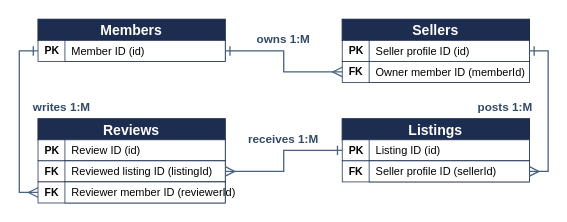
XionAce/cpe314-69323-capstone-team-01 keeps this draw.io diagram as docs/assets/Figure_1_Preliminary_ER_Sketch.drawio. Above is the earlier version. Source tidied: cells renumbered, new cells numbered last; positions are measured from the earlier drawing's top-left corner, leaving out a move shared by most shapes. Both pictures are drawn from the tidied source at 117%, with x=0, y=0 at pixel (19, 19).
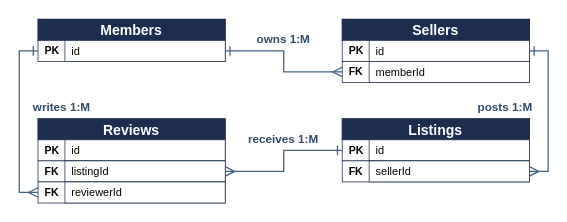
After the change.

Unchanged cells that the change refers to:
```xml
<mxCell id="4" value="PK" style="rounded=0;fillColor=#FFFFFF;strokeColor=#1D2D50;strokeWidth=0.65;align=left;spacingLeft=4;fontFamily=Calibri;fontStyle=1;fontSize=9;" parent="2" vertex="1">
  <mxGeometry y="18" width="160" height="18" as="geometry" />
</mxCell>
<mxCell id="8" value="PK" style="rounded=0;fillColor=#FFFFFF;strokeColor=#1D2D50;strokeWidth=0.65;align=left;spacingLeft=4;fontFamily=Calibri;fontStyle=1;fontSize=9;" parent="6" vertex="1">
  <mxGeometry y="18" width="160" height="18" as="geometry" />
</mxCell>
<mxCell id="10" value="FK" style="rounded=0;fillColor=#FFFFFF;strokeColor=#1D2D50;strokeWidth=0.65;align=left;spacingLeft=4;fontFamily=Calibri;fontStyle=1;fontSize=9;" parent="6" vertex="1">
  <mxGeometry y="36" width="160" height="18" as="geometry" />
</mxCell>
<mxCell id="14" value="PK" style="rounded=0;fillColor=#FFFFFF;strokeColor=#1D2D50;strokeWidth=0.65;align=left;spacingLeft=4;fontFamily=Calibri;fontStyle=1;fontSize=9;" parent="12" vertex="1">
  <mxGeometry y="18" width="160" height="18" as="geometry" />
</mxCell>
<mxCell id="16" value="FK" style="rounded=0;fillColor=#FFFFFF;strokeColor=#1D2D50;strokeWidth=0.65;align=left;spacingLeft=4;fontFamily=Calibri;fontStyle=1;fontSize=9;" parent="12" vertex="1">
  <mxGeometry y="36" width="160" height="18" as="geometry" />
</mxCell>
<mxCell id="18" value="FK" style="rounded=0;fillColor=#FFFFFF;strokeColor=#1D2D50;strokeWidth=0.65;align=left;spacingLeft=4;fontFamily=Calibri;fontStyle=1;fontSize=9;" parent="12" vertex="1">
  <mxGeometry y="54" width="160" height="18" as="geometry" />
</mxCell>
<mxCell id="22" value="PK" style="rounded=0;fillColor=#FFFFFF;strokeColor=#1D2D50;strokeWidth=0.65;align=left;spacingLeft=4;fontFamily=Calibri;fontStyle=1;fontSize=9;" parent="20" vertex="1">
  <mxGeometry y="18" width="160" height="18" as="geometry" />
</mxCell>
<mxCell id="24" value="FK" style="rounded=0;fillColor=#FFFFFF;strokeColor=#1D2D50;strokeWidth=0.65;align=left;spacingLeft=4;fontFamily=Calibri;fontStyle=1;fontSize=9;" parent="20" vertex="1">
  <mxGeometry y="36" width="160" height="18" as="geometry" />
</mxCell>
```

The edit, as a diff of the source:
```diff
@@
-    <mxCell id="5" value="Member ID (id)" style="rounded=0;fillColor=#FFFFFF;strokeColor=#1D2D50;strokeWidth=0.65;align=left;spacingLeft=4;fontFamily=Calibri;fontSize=9.4;" parent="4" vertex="1">
+    <mxCell id="5" value="id" style="rounded=0;fillColor=#FFFFFF;strokeColor=#1D2D50;strokeWidth=0.65;align=left;spacingLeft=4;fontFamily=Calibri;fontSize=9.4;" parent="4" vertex="1">
       <mxGeometry x="23" width="137" height="18" as="geometry" />
     </mxCell>
@@
-    <mxCell id="9" value="Seller profile ID (id)" style="rounded=0;fillColor=#FFFFFF;strokeColor=#1D2D50;strokeWidth=0.65;align=left;spacingLeft=4;fontFamily=Calibri;fontSize=9.4;" parent="8" vertex="1">
+    <mxCell id="9" value="id" style="rounded=0;fillColor=#FFFFFF;strokeColor=#1D2D50;strokeWidth=0.65;align=left;spacingLeft=4;fontFamily=Calibri;fontSize=9.4;" parent="8" vertex="1">
       <mxGeometry x="23" width="137" height="18" as="geometry" />
     </mxCell>
@@
-    <mxCell id="11" value="Owner member ID (memberId)" style="rounded=0;fillColor=#FFFFFF;strokeColor=#1D2D50;strokeWidth=0.65;align=left;spacingLeft=4;fontFamily=Calibri;fontSize=9.4;" parent="10" vertex="1">
+    <mxCell id="11" value="memberId" style="rounded=0;fillColor=#FFFFFF;strokeColor=#1D2D50;strokeWidth=0.65;align=left;spacingLeft=4;fontFamily=Calibri;fontSize=9.4;" parent="10" vertex="1">
       <mxGeometry x="23" width="137" height="18" as="geometry" />
     </mxCell>
@@
-    <mxCell id="15" value="Review ID (id)" style="rounded=0;fillColor=#FFFFFF;strokeColor=#1D2D50;strokeWidth=0.65;align=left;spacingLeft=4;fontFamily=Calibri;fontSize=9.4;" parent="14" vertex="1">
+    <mxCell id="15" value="id" style="rounded=0;fillColor=#FFFFFF;strokeColor=#1D2D50;strokeWidth=0.65;align=left;spacingLeft=4;fontFamily=Calibri;fontSize=9.4;" parent="14" vertex="1">
       <mxGeometry x="23" width="137" height="18" as="geometry" />
     </mxCell>
@@
-    <mxCell id="17" value="Reviewed listing ID (listingId)" style="rounded=0;fillColor=#FFFFFF;strokeColor=#1D2D50;strokeWidth=0.65;align=left;spacingLeft=4;fontFamily=Calibri;fontSize=9.4;" parent="16" vertex="1">
+    <mxCell id="17" value="listingId" style="rounded=0;fillColor=#FFFFFF;strokeColor=#1D2D50;strokeWidth=0.65;align=left;spacingLeft=4;fontFamily=Calibri;fontSize=9.4;" parent="16" vertex="1">
       <mxGeometry x="23" width="137" height="18" as="geometry" />
     </mxCell>
@@
-    <mxCell id="19" value="Reviewer member ID (reviewerId)" style="rounded=0;fillColor=#FFFFFF;strokeColor=#1D2D50;strokeWidth=0.65;align=left;spacingLeft=4;fontFamily=Calibri;fontSize=9.4;" parent="18" vertex="1">
+    <mxCell id="19" value="reviewerId" style="rounded=0;fillColor=#FFFFFF;strokeColor=#1D2D50;strokeWidth=0.65;align=left;spacingLeft=4;fontFamily=Calibri;fontSize=9.4;" parent="18" vertex="1">
       <mxGeometry x="23" width="137" height="18" as="geometry" />
     </mxCell>
@@
-    <mxCell id="23" value="Listing ID (id)" style="rounded=0;fillColor=#FFFFFF;strokeColor=#1D2D50;strokeWidth=0.65;align=left;spacingLeft=4;fontFamily=Calibri;fontSize=9.4;" parent="22" vertex="1">
+    <mxCell id="23" value="id" style="rounded=0;fillColor=#FFFFFF;strokeColor=#1D2D50;strokeWidth=0.65;align=left;spacingLeft=4;fontFamily=Calibri;fontSize=9.4;" parent="22" vertex="1">
       <mxGeometry x="23" width="137" height="18" as="geometry" />
     </mxCell>
@@
-    <mxCell id="25" value="Seller profile ID (sellerId)" style="rounded=0;fillColor=#FFFFFF;strokeColor=#1D2D50;strokeWidth=0.65;align=left;spacingLeft=4;fontFamily=Calibri;fontSize=9.4;" parent="24" vertex="1">
+    <mxCell id="25" value="sellerId" style="rounded=0;fillColor=#FFFFFF;strokeColor=#1D2D50;strokeWidth=0.65;align=left;spacingLeft=4;fontFamily=Calibri;fontSize=9.4;" parent="24" vertex="1">
       <mxGeometry x="23" width="137" height="18" as="geometry" />
     </mxCell>
```
